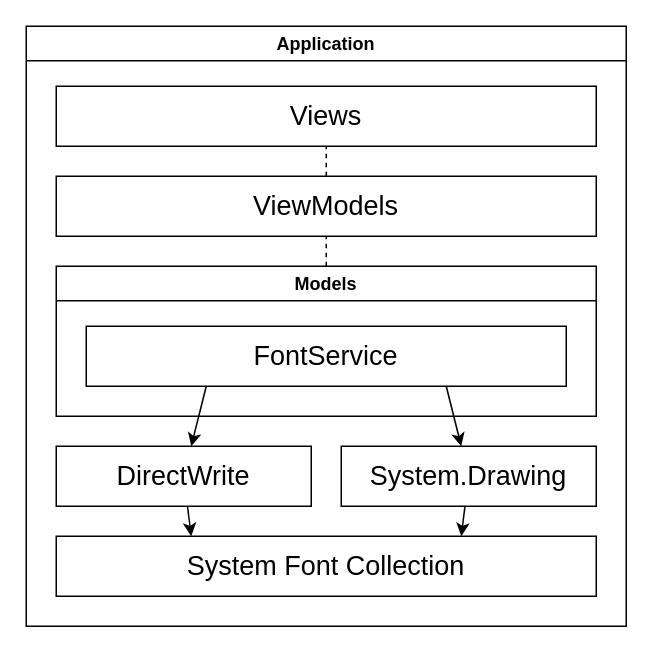
Before: Images/arch.drawio in humaranah/charmap_plus, a draw.io diagram. Source tidied: cells renumbered, new cells numbered last; positions are measured from the earlier drawing's top-left corner, leaving out a move shared by most shapes. Both pictures are drawn from the tidied source at 150%, with x=0, y=0 at pixel (26, 26).
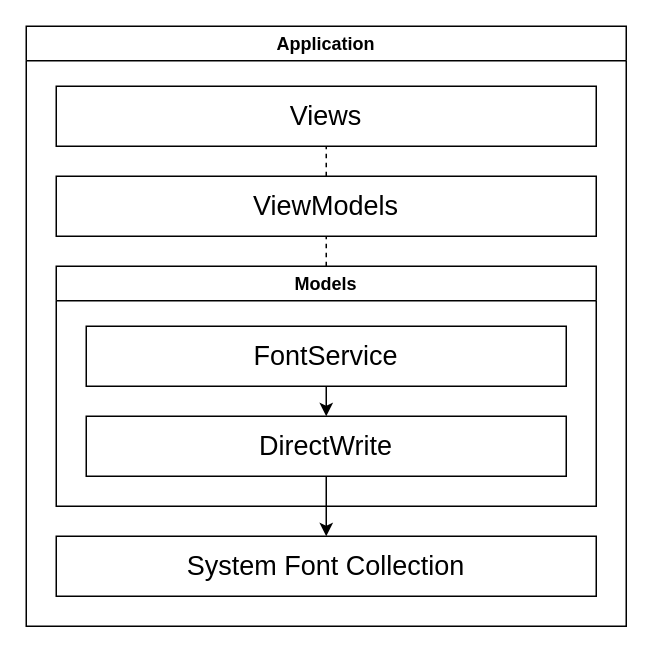
The same page after the edit.

Diff of the diagram source:
```diff
@@
 <mxGraphModel>
   <root>
     <mxCell id="0" />
     <mxCell id="1" parent="0" />
     <mxCell id="2" value="Application" style="swimlane;" parent="1" vertex="1">
       <mxGeometry width="400" height="400" as="geometry" />
     </mxCell>
     <mxCell id="3" value="Views" style="rounded=0;whiteSpace=wrap;html=1;fontSize=18;" parent="2" vertex="1">
       <mxGeometry x="20" y="40" width="360" height="40" as="geometry" />
     </mxCell>
     <mxCell id="4" value="ViewModels" style="rounded=0;whiteSpace=wrap;html=1;fontSize=18;" parent="2" vertex="1">
       <mxGeometry x="20" y="100" width="360" height="40" as="geometry" />
     </mxCell>
     <mxCell id="5" value="Models" style="swimlane;" parent="2" vertex="1">
-      <mxGeometry x="20" y="160" width="360" height="100" as="geometry" />
+      <mxGeometry x="20" y="160" width="360" height="160" as="geometry" />
     </mxCell>
     <mxCell id="6" value="FontService" style="rounded=0;whiteSpace=wrap;html=1;fontSize=18;" parent="5" vertex="1">
       <mxGeometry x="20" y="40" width="320" height="40" as="geometry" />
     </mxCell>
-    <mxCell id="7" value="DirectWrite" style="rounded=0;whiteSpace=wrap;html=1;fontSize=18;" parent="2" vertex="1">
-      <mxGeometry x="20" y="280" width="170" height="40" as="geometry" />
+    <mxCell id="7" value="DirectWrite" style="rounded=0;whiteSpace=wrap;html=1;fontSize=18;" parent="5" vertex="1">
+      <mxGeometry x="20" y="100" width="320" height="40" as="geometry" />
     </mxCell>
-    <mxCell id="8" value="System.Drawing" style="rounded=0;whiteSpace=wrap;html=1;fontSize=18;" parent="2" vertex="1">
-      <mxGeometry x="210" y="280" width="170" height="40" as="geometry" />
-    </mxCell>
+    <mxCell id="13" style="endArrow=classic;html=1;" parent="5" edge="1" source="6" target="7">
+      <mxGeometry relative="1" as="geometry" />
+    </mxCell>
     <mxCell id="9" value="System Font Collection" style="rounded=0;whiteSpace=wrap;html=1;fontSize=18;" parent="2" vertex="1">
       <mxGeometry x="20" y="340" width="360" height="40" as="geometry" />
     </mxCell>
     <mxCell id="10" style="endArrow=none;dashed=1;html=1;" parent="2" edge="1" source="4" target="3">
       <mxGeometry relative="1" as="geometry" />
     </mxCell>
     <mxCell id="11" style="endArrow=none;dashed=1;html=1;" parent="2" edge="1" source="5" target="4">
       <mxGeometry relative="1" as="geometry" />
     </mxCell>
-    <mxCell id="12" style="endArrow=classic;html=1;exitX=0.75;exitY=1;exitDx=0;exitDy=0;" parent="2" edge="1" source="6" target="8">
-      <mxGeometry relative="1" as="geometry" />
-    </mxCell>
-    <mxCell id="13" style="endArrow=classic;html=1;exitX=0.25;exitY=1;exitDx=0;exitDy=0;" parent="2" edge="1" source="6" target="7">
-      <mxGeometry relative="1" as="geometry" />
-    </mxCell>
-    <mxCell id="14" style="endArrow=classic;html=1;entryX=0.75;entryY=0;entryDx=0;entryDy=0;" parent="2" edge="1" source="8" target="9">
-      <mxGeometry relative="1" as="geometry" />
-    </mxCell>
-    <mxCell id="15" style="endArrow=classic;html=1;entryX=0.25;entryY=0;entryDx=0;entryDy=0;" parent="2" edge="1" source="7" target="9">
+    <mxCell id="15" style="endArrow=classic;html=1;" parent="2" edge="1" source="7" target="9">
       <mxGeometry relative="1" as="geometry" />
     </mxCell>
   </root>
 </mxGraphModel>
```
